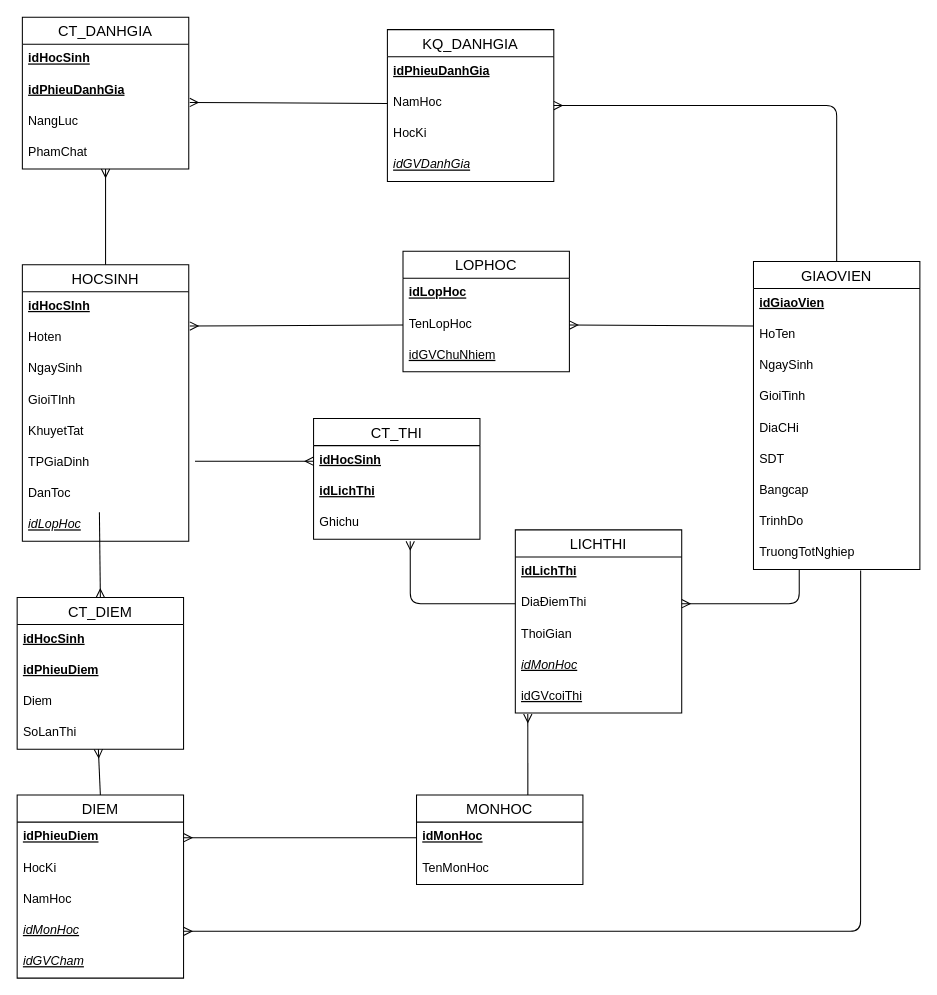
Earlier version of the draw.io diagram 3.2.3.drawio (TLGKien/graph). Source tidied: cells renumbered, new cells numbered last; positions are measured from the earlier drawing's top-left corner, leaving out a move shared by most shapes. Both pictures are drawn from the tidied source at 104%, with x=0, y=0 at pixel (17, 17).
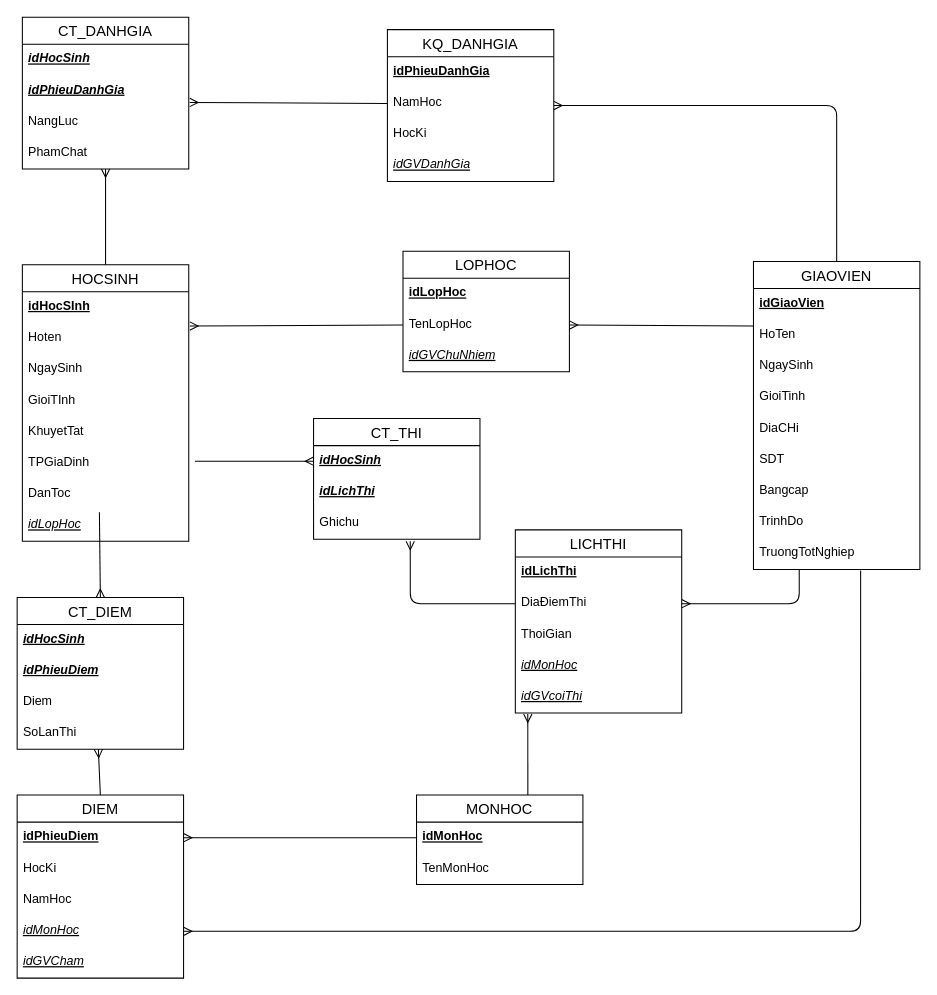
The same diagram, later.

The change refers to these unchanged cells:
```xml
<mxCell id="21" value="LOPHOC" style="swimlane;fontStyle=0;horizontal=1;startSize=26;align=center;fontSize=14;" parent="1" vertex="1">
  <mxGeometry x="371" y="225" width="160" height="116" as="geometry" />
</mxCell>
<mxCell id="28" value="LICHTHI" style="swimlane;fontStyle=0;horizontal=1;startSize=26;align=center;fontSize=14;" parent="1" vertex="1">
  <mxGeometry x="479" y="493" width="160" height="176" as="geometry" />
</mxCell>
<mxCell id="34" value="CT_THI" style="swimlane;fontStyle=0;horizontal=1;startSize=26;align=center;fontSize=14;" parent="1" vertex="1">
  <mxGeometry x="285" y="386" width="160" height="116" as="geometry" />
</mxCell>
<mxCell id="44" value="CT_DIEM" style="swimlane;fontStyle=0;horizontal=1;startSize=26;align=center;fontSize=14;" parent="1" vertex="1">
  <mxGeometry y="558" width="160" height="146" as="geometry" />
</mxCell>
<mxCell id="54" value="CT_DANHGIA" style="swimlane;fontStyle=0;horizontal=1;startSize=26;align=center;fontSize=14;" parent="1" vertex="1">
  <mxGeometry x="5" width="160" height="146" as="geometry" />
</mxCell>
```

Diff of the diagram source:
```diff
@@
-    <mxCell id="24" value="idGVChuNhiem" style="text;strokeColor=none;fillColor=none;spacingLeft=4;spacingRight=4;overflow=hidden;fontSize=12;fontStyle=4;" parent="21" vertex="1">
+    <mxCell id="24" value="idGVChuNhiem" style="text;strokeColor=none;fillColor=none;spacingLeft=4;spacingRight=4;overflow=hidden;fontSize=12;fontStyle=6;" parent="21" vertex="1">
       <mxGeometry y="86" width="160" height="30" as="geometry" />
     </mxCell>
@@
-    <mxCell id="33" value="idGVcoiThi" style="text;strokeColor=none;fillColor=none;spacingLeft=4;spacingRight=4;overflow=hidden;fontSize=12;fontStyle=4;" parent="28" vertex="1">
+    <mxCell id="33" value="idGVcoiThi" style="text;strokeColor=none;fillColor=none;spacingLeft=4;spacingRight=4;overflow=hidden;fontSize=12;fontStyle=6;" parent="28" vertex="1">
       <mxGeometry y="146" width="160" height="30" as="geometry" />
     </mxCell>
@@
-    <mxCell id="35" value="idHocSinh" style="text;strokeColor=none;fillColor=none;spacingLeft=4;spacingRight=4;overflow=hidden;points=[[0,0.5],[1,0.5]];portConstraint=eastwest;fontSize=12;fontStyle=5;" parent="34" vertex="1">
+    <mxCell id="35" value="idHocSinh" style="text;strokeColor=none;fillColor=none;spacingLeft=4;spacingRight=4;overflow=hidden;points=[[0,0.5],[1,0.5]];portConstraint=eastwest;fontSize=12;fontStyle=7;" parent="34" vertex="1">
       <mxGeometry y="26" width="160" height="30" as="geometry" />
     </mxCell>
-    <mxCell id="36" value="idLichThi" style="text;strokeColor=none;fillColor=none;spacingLeft=4;spacingRight=4;overflow=hidden;fontSize=12;fontStyle=5;" parent="34" vertex="1">
+    <mxCell id="36" value="idLichThi" style="text;strokeColor=none;fillColor=none;spacingLeft=4;spacingRight=4;overflow=hidden;fontSize=12;fontStyle=7;" parent="34" vertex="1">
       <mxGeometry y="56" width="160" height="30" as="geometry" />
     </mxCell>
@@
-    <mxCell id="45" value="idHocSinh" style="text;strokeColor=none;fillColor=none;spacingLeft=4;spacingRight=4;overflow=hidden;fontSize=12;fontStyle=5;" parent="44" vertex="1">
+    <mxCell id="45" value="idHocSinh" style="text;strokeColor=none;fillColor=none;spacingLeft=4;spacingRight=4;overflow=hidden;fontSize=12;fontStyle=7;" parent="44" vertex="1">
       <mxGeometry y="26" width="160" height="30" as="geometry" />
     </mxCell>
-    <mxCell id="46" value="idPhieuDiem" style="text;strokeColor=none;fillColor=none;spacingLeft=4;spacingRight=4;overflow=hidden;fontSize=12;fontStyle=5;" parent="44" vertex="1">
+    <mxCell id="46" value="idPhieuDiem" style="text;strokeColor=none;fillColor=none;spacingLeft=4;spacingRight=4;overflow=hidden;fontSize=12;fontStyle=7;" parent="44" vertex="1">
       <mxGeometry y="56" width="160" height="30" as="geometry" />
     </mxCell>
@@
-    <mxCell id="55" value="idHocSinh" style="text;strokeColor=none;fillColor=none;spacingLeft=4;spacingRight=4;overflow=hidden;fontSize=12;fontStyle=5;" parent="54" vertex="1">
+    <mxCell id="55" value="idHocSinh" style="text;strokeColor=none;fillColor=none;spacingLeft=4;spacingRight=4;overflow=hidden;fontSize=12;fontStyle=7;" parent="54" vertex="1">
       <mxGeometry y="26" width="160" height="30" as="geometry" />
     </mxCell>
-    <mxCell id="56" value="idPhieuDanhGia" style="text;strokeColor=none;fillColor=none;spacingLeft=4;spacingRight=4;overflow=hidden;fontSize=12;fontStyle=5;" parent="54" vertex="1">
+    <mxCell id="56" value="idPhieuDanhGia" style="text;strokeColor=none;fillColor=none;spacingLeft=4;spacingRight=4;overflow=hidden;fontSize=12;fontStyle=7;" parent="54" vertex="1">
       <mxGeometry y="56" width="160" height="30" as="geometry" />
     </mxCell>
```
